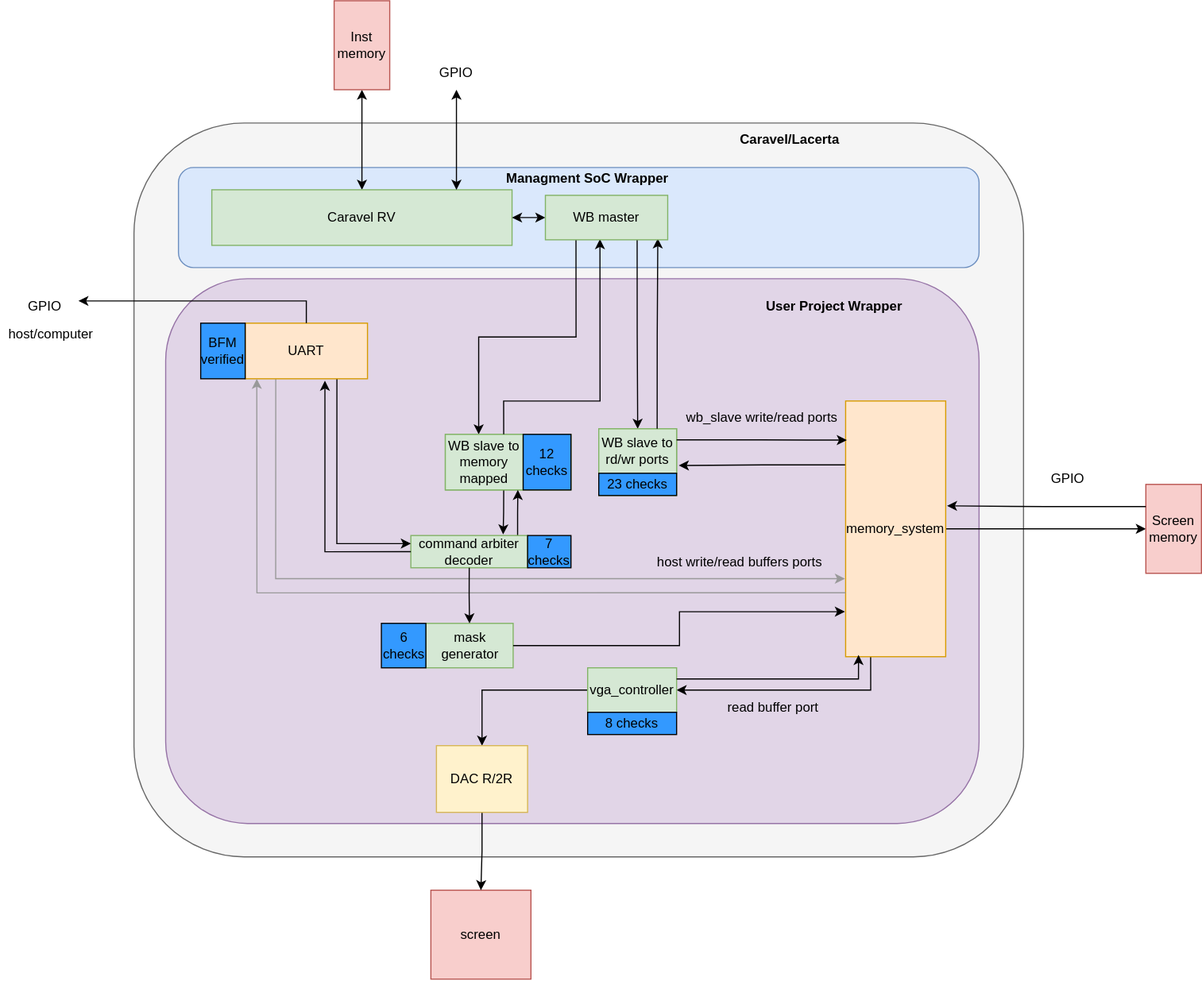
The draw.io diagram documentation_mkdoc/docs/img/lacerta_blockd2-caravel.drawio.svg in Baungarten-CINVESTAV/lacerta, before a commit. Source tidied: cells renumbered, new cells last; positions are measured from the earlier drawing's top-left corner, leaving out a move shared by most shapes.
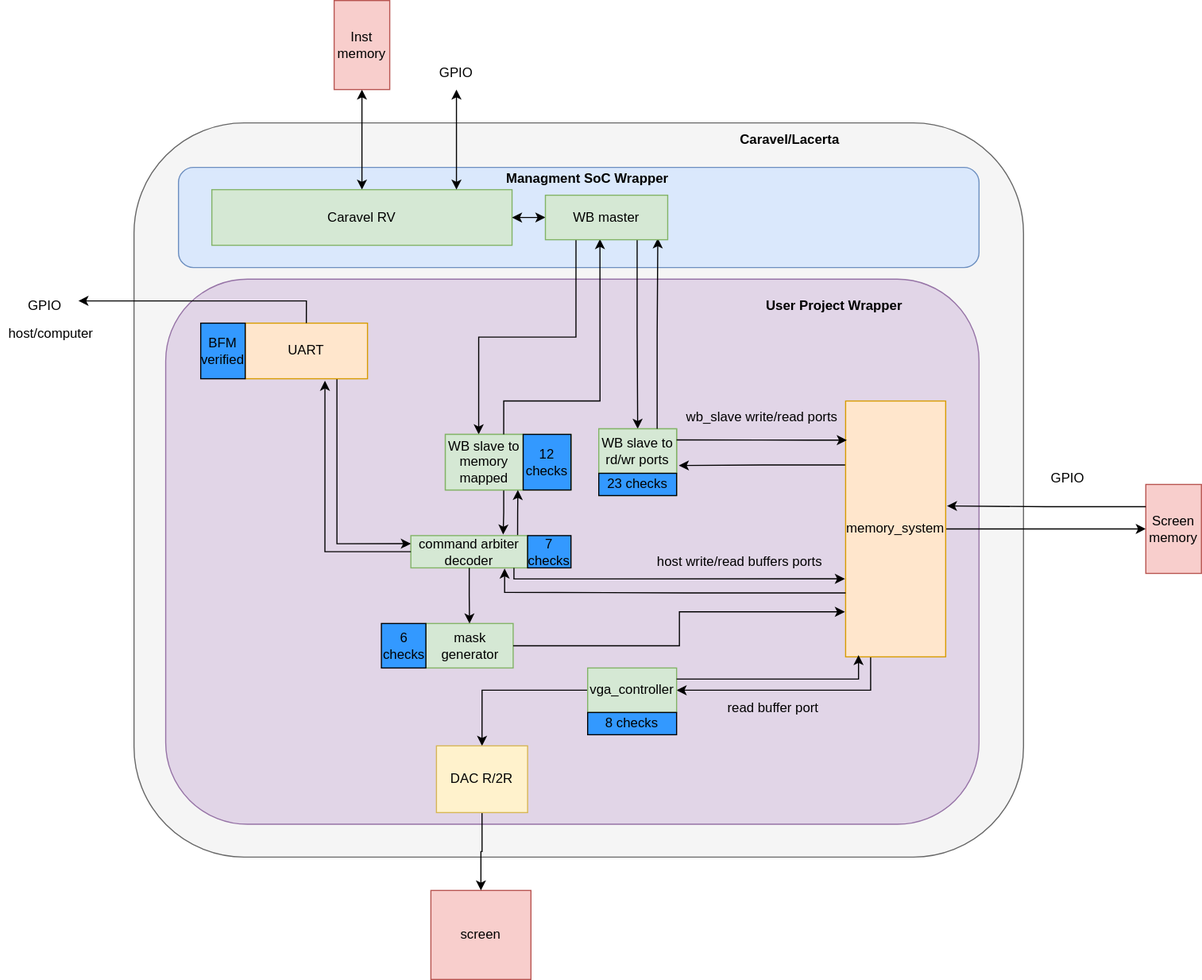
The same file after the commit.

The edit, as a diff of the source:
```diff
@@ -9,7 +9,7 @@
       <mxGeometry x="160" y="150" width="720" height="90" as="geometry" />
     </mxCell>
     <mxCell id="4" style="rounded=1;whiteSpace=wrap;html=1;fillColor=#e1d5e7;strokeColor=#9673a6;labelBackgroundColor=none;" parent="1" vertex="1">
-      <mxGeometry x="148.5" y="250" width="731.5" height="490" as="geometry" />
+      <mxGeometry x="148.5" y="250.5" width="731.5" height="490" as="geometry" />
     </mxCell>
     <mxCell id="5" style="edgeStyle=orthogonalEdgeStyle;rounded=0;jettySize=auto;html=1;exitX=0.75;exitY=1;exitDx=0;exitDy=0;entryX=0.5;entryY=0;entryDx=0;entryDy=0;" parent="1" edge="1" source="50" target="8">
       <mxGeometry relative="1" as="geometry" />
@@ -85,8 +85,12 @@
     <mxCell id="24" style="edgeStyle=orthogonalEdgeStyle;rounded=0;jettySize=auto;html=1;exitX=0.75;exitY=1;exitDx=0;exitDy=0;entryX=0;entryY=0.25;entryDx=0;entryDy=0;" parent="1" edge="1" source="26" target="22">
       <mxGeometry relative="1" as="geometry" />
     </mxCell>
-    <mxCell id="25" style="edgeStyle=orthogonalEdgeStyle;rounded=0;jettySize=auto;html=1;exitX=0.25;exitY=1;exitDx=0;exitDy=0;entryX=-0.007;entryY=0.695;entryDx=0;entryDy=0;entryPerimeter=0;strokeColor=#999999;" parent="1" edge="1" source="26" target="17">
-      <mxGeometry relative="1" as="geometry" />
+    <mxCell id="25" style="edgeStyle=orthogonalEdgeStyle;rounded=0;jettySize=auto;html=1;exitX=0.883;exitY=1;exitDx=0;exitDy=0;entryX=-0.007;entryY=0.695;entryDx=0;entryDy=0;entryPerimeter=0;strokeColor=#000000;exitPerimeter=0;" parent="1" edge="1" source="22" target="17">
+      <mxGeometry relative="1" as="geometry">
+        <Array as="points">
+          <mxPoint x="462" y="520" />
+        </Array>
+      </mxGeometry>
     </mxCell>
     <mxCell id="26" value="UART" style="rounded=0;whiteSpace=wrap;html=1;fillColor=#ffe6cc;strokeColor=#d79b00;" parent="1" vertex="1">
       <mxGeometry x="220" y="290" width="110" height="50" as="geometry" />
@@ -106,9 +110,6 @@
     <mxCell id="31" value="6 checks" style="rounded=0;whiteSpace=wrap;html=1;fillColor=#3399FF;" parent="1" vertex="1">
       <mxGeometry x="342.5" y="560" width="40" height="40" as="geometry" />
     </mxCell>
-    <mxCell id="32" style="edgeStyle=orthogonalEdgeStyle;rounded=0;jettySize=auto;html=1;exitX=0;exitY=0.75;exitDx=0;exitDy=0;entryX=0.095;entryY=1.001;entryDx=0;entryDy=0;entryPerimeter=0;strokeColor=#999999;" parent="1" edge="1" source="17" target="26">
-      <mxGeometry relative="1" as="geometry" />
-    </mxCell>
     <mxCell id="33" style="edgeStyle=orthogonalEdgeStyle;rounded=0;jettySize=auto;html=1;exitX=0.5;exitY=1;exitDx=0;exitDy=0;entryX=0.5;entryY=0;entryDx=0;entryDy=0;strokeWidth=1;" parent="1" edge="1" source="22" target="30">
       <mxGeometry relative="1" as="geometry" />
     </mxCell>
@@ -199,5 +200,13 @@
     <mxCell id="59" value="DAC R/2R" style="rounded=0;whiteSpace=wrap;html=1;fillColor=#fff2cc;strokeColor=#d6b656;" parent="1" vertex="1">
       <mxGeometry x="392" y="670" width="82" height="60" as="geometry" />
     </mxCell>
+    <mxCell id="60" style="edgeStyle=orthogonalEdgeStyle;rounded=0;jettySize=auto;html=1;exitX=0;exitY=0.75;exitDx=0;exitDy=0;entryX=0.803;entryY=1.02;entryDx=0;entryDy=0;entryPerimeter=0;" parent="1" edge="1" source="17" target="22">
+      <mxGeometry relative="1" as="geometry">
+        <Array as="points">
+          <mxPoint x="617" y="532" />
+          <mxPoint x="453" y="532" />
+        </Array>
+      </mxGeometry>
+    </mxCell>
   </root>
 </mxGraphModel>
```
